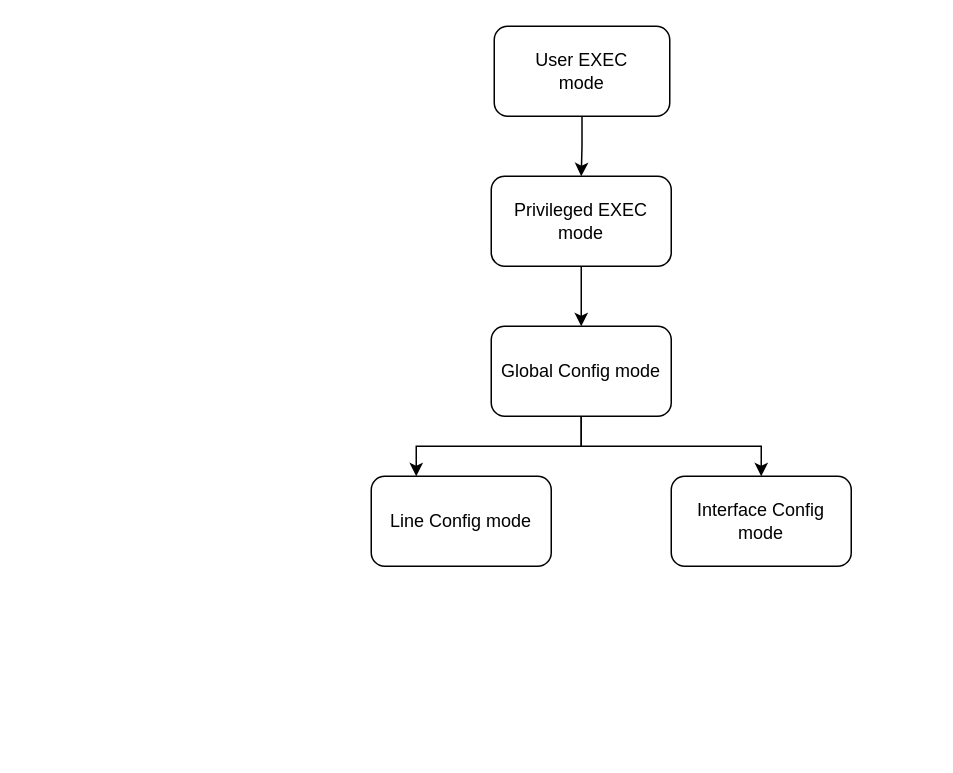
troders34/hello-github keeps this draw.io diagram as Untitled Diagram.drawio. Above is the earlier version. Source tidied: cells renumbered, new cells numbered last; positions are measured from the earlier drawing's top-left corner, leaving out a move shared by most shapes. Both pictures are drawn from the tidied source at 150%, with x=0, y=0 at pixel (370, 26).
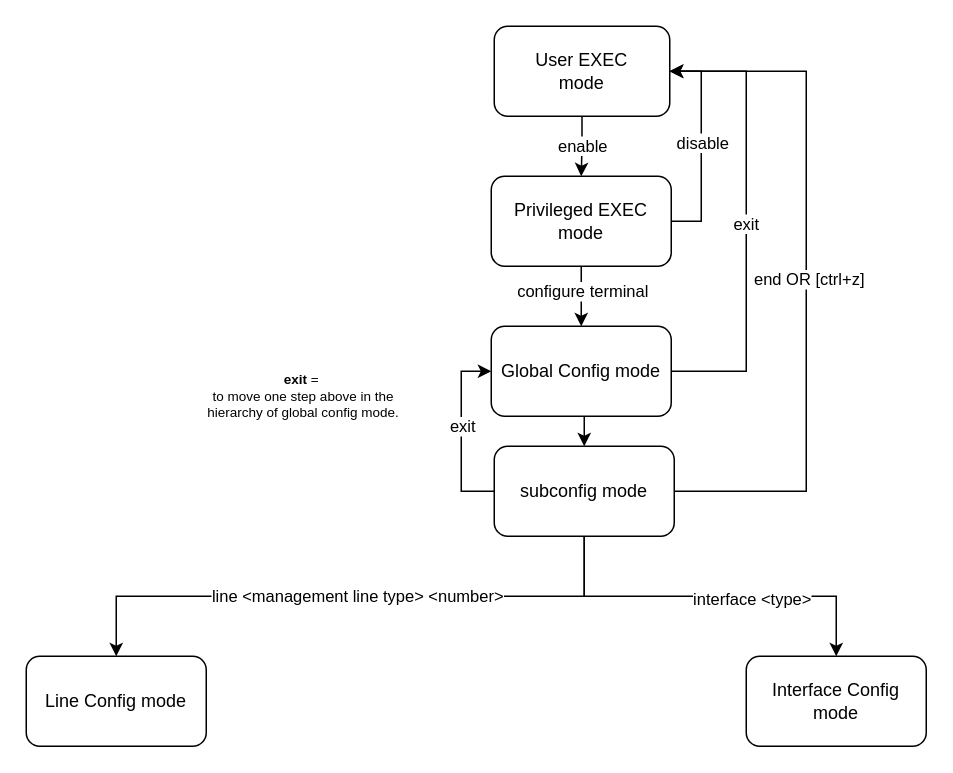
After the change.

The change refers to these unchanged cells:
```xml
<mxCell id="2" style="edgeStyle=orthogonalEdgeStyle;rounded=0;jettySize=auto;html=1;exitX=0.5;exitY=1;exitDx=0;exitDy=0;entryX=0.5;entryY=0;entryDx=0;entryDy=0;" parent="1" edge="1" source="3" target="5">
  <mxGeometry relative="1" as="geometry" />
</mxCell>
<mxCell id="3" value="User EXEC&lt;div&gt;mode&lt;/div&gt;" style="rounded=1;whiteSpace=wrap;html=1;" parent="1" vertex="1">
  <mxGeometry x="82" width="117" height="60" as="geometry" />
</mxCell>
<mxCell id="4" style="edgeStyle=orthogonalEdgeStyle;rounded=0;jettySize=auto;html=1;exitX=0.5;exitY=1;exitDx=0;exitDy=0;entryX=0.5;entryY=0;entryDx=0;entryDy=0;" parent="1" edge="1" source="5" target="10">
  <mxGeometry relative="1" as="geometry" />
</mxCell>
<mxCell id="5" value="Privileged EXEC&lt;div&gt;&lt;span style=&quot;background-color: initial;&quot;&gt;mode&lt;/span&gt;&lt;/div&gt;" style="rounded=1;whiteSpace=wrap;html=1;" parent="1" vertex="1">
  <mxGeometry x="80" y="100" width="120" height="60" as="geometry" />
</mxCell>
<mxCell id="10" value="Global Config mode" style="rounded=1;whiteSpace=wrap;html=1;" parent="1" vertex="1">
  <mxGeometry x="80" y="200" width="120" height="60" as="geometry" />
</mxCell>
```

Change to the diagram source:
```diff
@@
+    <mxCell id="11" value="enable" style="edgeLabel;html=1;align=center;verticalAlign=middle;" parent="2" vertex="1">
+      <mxGeometry x="-0.05" relative="1" as="geometry" />
+    </mxCell>
@@
+    <mxCell id="12" value="configure terminal" style="edgeLabel;html=1;align=center;verticalAlign=middle;" parent="4" vertex="1">
+      <mxGeometry x="-0.22" relative="1" as="geometry" />
+    </mxCell>
+    <mxCell id="13" style="edgeStyle=orthogonalEdgeStyle;rounded=0;jettySize=auto;html=1;exitX=1;exitY=0.5;exitDx=0;exitDy=0;entryX=1;entryY=0.5;entryDx=0;entryDy=0;" parent="1" edge="1" source="5" target="3">
+      <mxGeometry relative="1" as="geometry" />
+    </mxCell>
+    <mxCell id="14" value="disable" style="edgeLabel;html=1;align=center;verticalAlign=middle;" parent="13" vertex="1">
+      <mxGeometry x="0.04" relative="1" as="geometry" />
+    </mxCell>
@@
     <mxCell id="6" value="Line Config mode" style="rounded=1;whiteSpace=wrap;html=1;" parent="1" vertex="1">
-      <mxGeometry y="300" width="120" height="60" as="geometry" />
+      <mxGeometry x="-230" y="420" width="120" height="60" as="geometry" />
     </mxCell>
     <mxCell id="7" value="Interface Config mode" style="rounded=1;whiteSpace=wrap;html=1;" parent="1" vertex="1">
-      <mxGeometry x="200" y="300" width="120" height="60" as="geometry" />
+      <mxGeometry x="250" y="420" width="120" height="60" as="geometry" />
     </mxCell>
-    <mxCell id="8" style="edgeStyle=orthogonalEdgeStyle;rounded=0;jettySize=auto;html=1;exitX=0.5;exitY=1;exitDx=0;exitDy=0;entryX=0.25;entryY=0;entryDx=0;entryDy=0;" parent="1" edge="1" source="10" target="6">
-      <mxGeometry relative="1" as="geometry" />
-    </mxCell>
-    <mxCell id="9" style="edgeStyle=orthogonalEdgeStyle;rounded=0;jettySize=auto;html=1;exitX=0.5;exitY=1;exitDx=0;exitDy=0;entryX=0.5;entryY=0;entryDx=0;entryDy=0;" parent="1" edge="1" source="10" target="7">
-      <mxGeometry relative="1" as="geometry" />
-    </mxCell>
+    <mxCell id="15" style="edgeStyle=orthogonalEdgeStyle;rounded=0;jettySize=auto;html=1;exitX=0.5;exitY=1;exitDx=0;exitDy=0;entryX=0.5;entryY=0;entryDx=0;entryDy=0;" parent="1" edge="1" source="10" target="26">
+      <mxGeometry relative="1" as="geometry" />
+    </mxCell>
+    <mxCell id="16" style="edgeStyle=orthogonalEdgeStyle;rounded=0;jettySize=auto;html=1;exitX=1;exitY=0.5;exitDx=0;exitDy=0;entryX=1;entryY=0.5;entryDx=0;entryDy=0;" parent="1" edge="1" source="10" target="3">
+      <mxGeometry relative="1" as="geometry">
+        <Array as="points">
+          <mxPoint x="250" y="230" />
+          <mxPoint x="250" y="30" />
+        </Array>
+      </mxGeometry>
+    </mxCell>
+    <mxCell id="17" value="exit" style="edgeLabel;html=1;align=center;verticalAlign=middle;" parent="16" vertex="1">
+      <mxGeometry x="-0.01" y="1" relative="1" as="geometry" />
+    </mxCell>
@@
+    <mxCell id="18" style="edgeStyle=orthogonalEdgeStyle;rounded=0;jettySize=auto;html=1;exitX=0.5;exitY=1;exitDx=0;exitDy=0;entryX=0.5;entryY=0;entryDx=0;entryDy=0;" parent="1" edge="1" source="26" target="6">
+      <mxGeometry relative="1" as="geometry" />
+    </mxCell>
+    <mxCell id="19" value="line &amp;lt;management line type&amp;gt; &amp;lt;number&amp;gt;" style="edgeLabel;html=1;align=center;verticalAlign=middle;" parent="18" vertex="1">
+      <mxGeometry x="-0.02" y="-1" relative="1" as="geometry" />
+    </mxCell>
+    <mxCell id="20" style="edgeStyle=orthogonalEdgeStyle;rounded=0;jettySize=auto;html=1;exitX=0.5;exitY=1;exitDx=0;exitDy=0;entryX=0.5;entryY=0;entryDx=0;entryDy=0;" parent="1" edge="1" source="26" target="7">
+      <mxGeometry relative="1" as="geometry" />
+    </mxCell>
+    <mxCell id="21" value="interface &amp;lt;type&amp;gt;" style="edgeLabel;html=1;align=center;verticalAlign=middle;" parent="20" vertex="1">
+      <mxGeometry x="0.22" y="-1" relative="1" as="geometry" />
+    </mxCell>
+    <mxCell id="22" style="edgeStyle=orthogonalEdgeStyle;rounded=0;jettySize=auto;html=1;exitX=1;exitY=0.5;exitDx=0;exitDy=0;entryX=1;entryY=0.5;entryDx=0;entryDy=0;" parent="1" edge="1" source="26" target="3">
+      <mxGeometry relative="1" as="geometry">
+        <Array as="points">
+          <mxPoint x="290" y="310" />
+          <mxPoint x="290" y="30" />
+        </Array>
+      </mxGeometry>
+    </mxCell>
+    <mxCell id="23" value="end OR [ctrl+z]" style="edgeLabel;html=1;align=center;verticalAlign=middle;" parent="22" vertex="1">
+      <mxGeometry y="-1" relative="1" as="geometry" />
+    </mxCell>
+    <mxCell id="24" style="edgeStyle=orthogonalEdgeStyle;rounded=0;jettySize=auto;html=1;exitX=0;exitY=0.5;exitDx=0;exitDy=0;entryX=0;entryY=0.5;entryDx=0;entryDy=0;" parent="1" edge="1" source="26" target="10">
+      <mxGeometry relative="1" as="geometry" />
+    </mxCell>
+    <mxCell id="25" value="exit" style="edgeLabel;html=1;align=center;verticalAlign=middle;" parent="24" vertex="1">
+      <mxGeometry x="0.08" relative="1" as="geometry" />
+    </mxCell>
+    <mxCell id="26" value="subconfig mode" style="rounded=1;whiteSpace=wrap;html=1;glass=0;" parent="1" vertex="1">
+      <mxGeometry x="82" y="280" width="120" height="60" as="geometry" />
+    </mxCell>
+    <mxCell id="27" value="&lt;font style=&quot;font-size: 9px;&quot;&gt;&lt;b&gt;exit&lt;/b&gt; =&amp;nbsp;&lt;/font&gt;&lt;div style=&quot;font-size: 9px;&quot;&gt;&lt;font style=&quot;font-size: 9px;&quot;&gt;to move one step above in the hierarchy of global config mode.&lt;/font&gt;&lt;/div&gt;" style="text;html=1;align=center;verticalAlign=middle;whiteSpace=wrap;rounded=0;" parent="1" vertex="1">
+      <mxGeometry x="-120" y="230" width="150" height="30" as="geometry" />
+    </mxCell>
```
